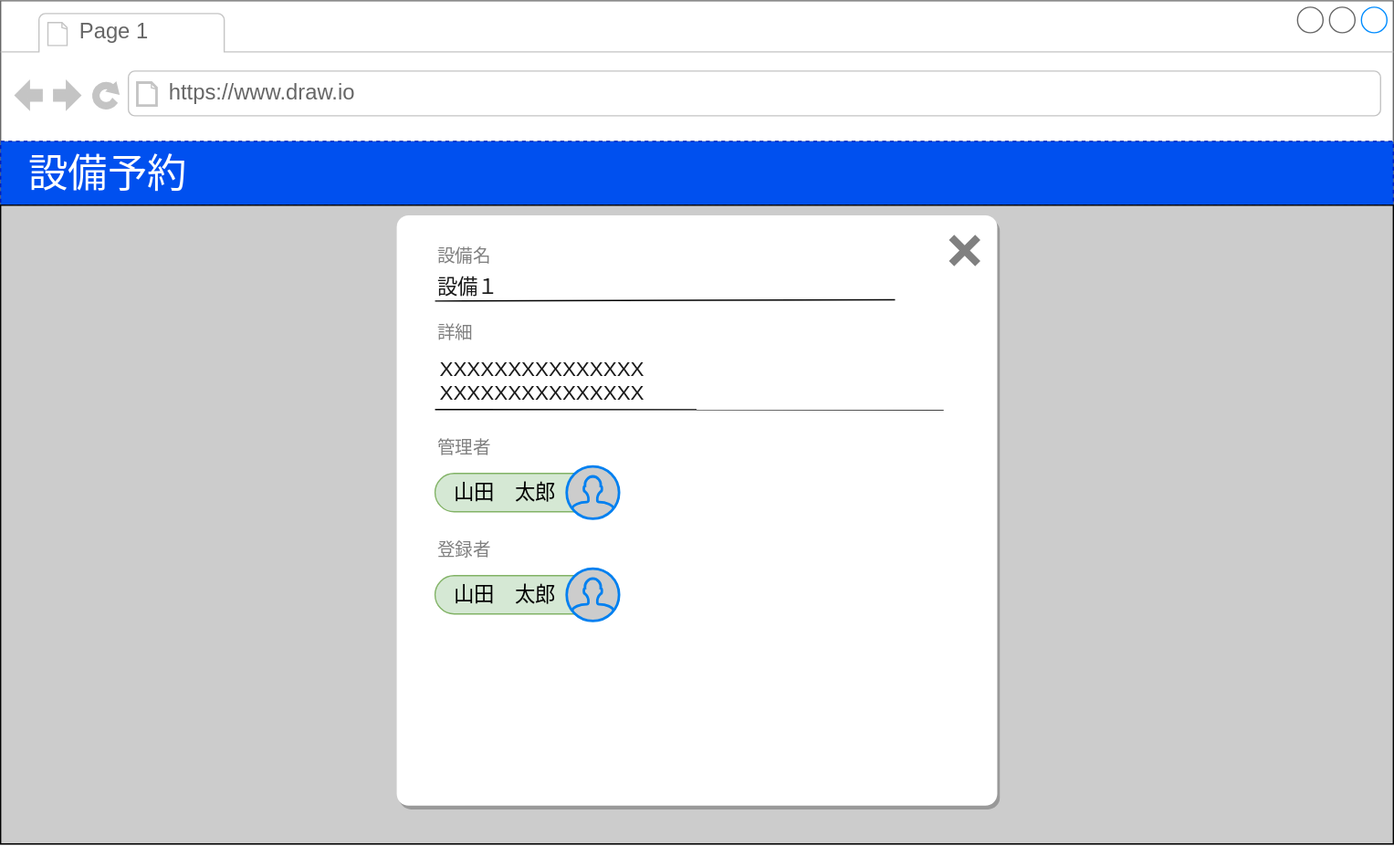
Before: docs/facility-detail.drawio.svg, a diagram exported from draw.io (ebi311/facility-reservation). Source tidied: cells renumbered, new cells last; positions are measured from the earlier drawing's top-left corner, leaving out a move shared by most shapes.
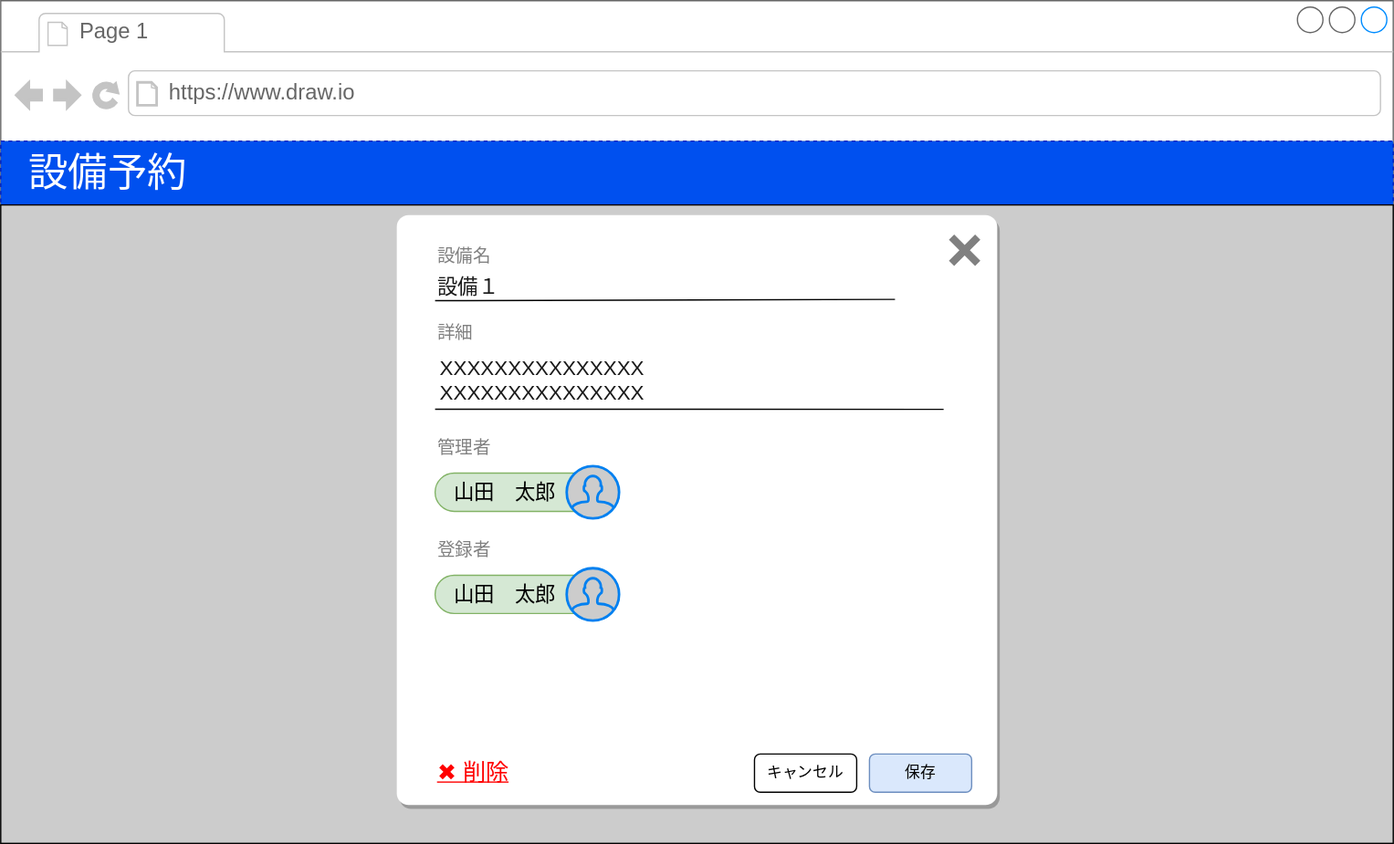
After the commit.

Change to the diagram source:
```diff
@@ -74,5 +74,14 @@
     <mxCell id="23" style="html=1;verticalLabelPosition=bottom;align=center;labelBackgroundColor=#ffffff;verticalAlign=top;strokeWidth=2;strokeColor=#0080F0;shadow=0;dashed=0;shape=mxgraph.ios7.icons.user;rounded=1;fillColor=#CCCCCC;fontSize=16;fontColor=#333333;" parent="21" vertex="1">
       <mxGeometry x="103" width="41" height="41" as="geometry" />
     </mxCell>
+    <mxCell id="24" value="保存" style="rounded=1;whiteSpace=wrap;html=1;fillColor=#dae8fc;strokeColor=#6c8ebf;" parent="1" vertex="1">
+      <mxGeometry x="680" y="590" width="80" height="30" as="geometry" />
+    </mxCell>
+    <mxCell id="25" value="キャンセル" style="rounded=1;whiteSpace=wrap;html=1;" parent="1" vertex="1">
+      <mxGeometry x="590" y="590" width="80" height="30" as="geometry" />
+    </mxCell>
+    <mxCell id="26" value="✖ 削除" style="text;html=1;strokeColor=none;fillColor=none;align=center;verticalAlign=middle;whiteSpace=wrap;rounded=0;fontSize=18;fontStyle=4;fontColor=#FF0000;" parent="1" vertex="1">
+      <mxGeometry x="340" y="595" width="60" height="20" as="geometry" />
+    </mxCell>
   </root>
 </mxGraphModel>
```
